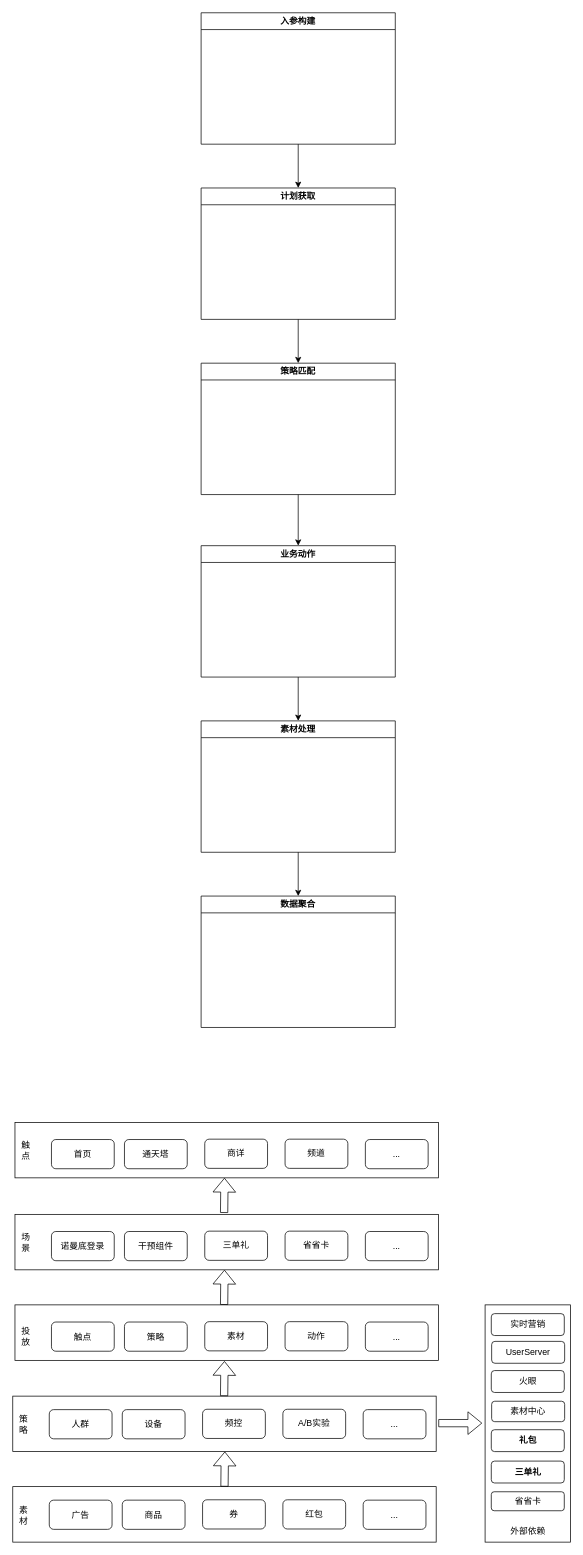
BlankKelly/diagrams keeps this draw.io diagram as 千目系统代码架构.drawio. Above is the earlier version. Source tidied: cells renumbered, new cells numbered last; positions are measured from the earlier drawing's top-left corner, leaving out a move shared by most shapes. Both pictures are drawn from the tidied source at 73%, with x=0, y=0 at pixel (12, 12).
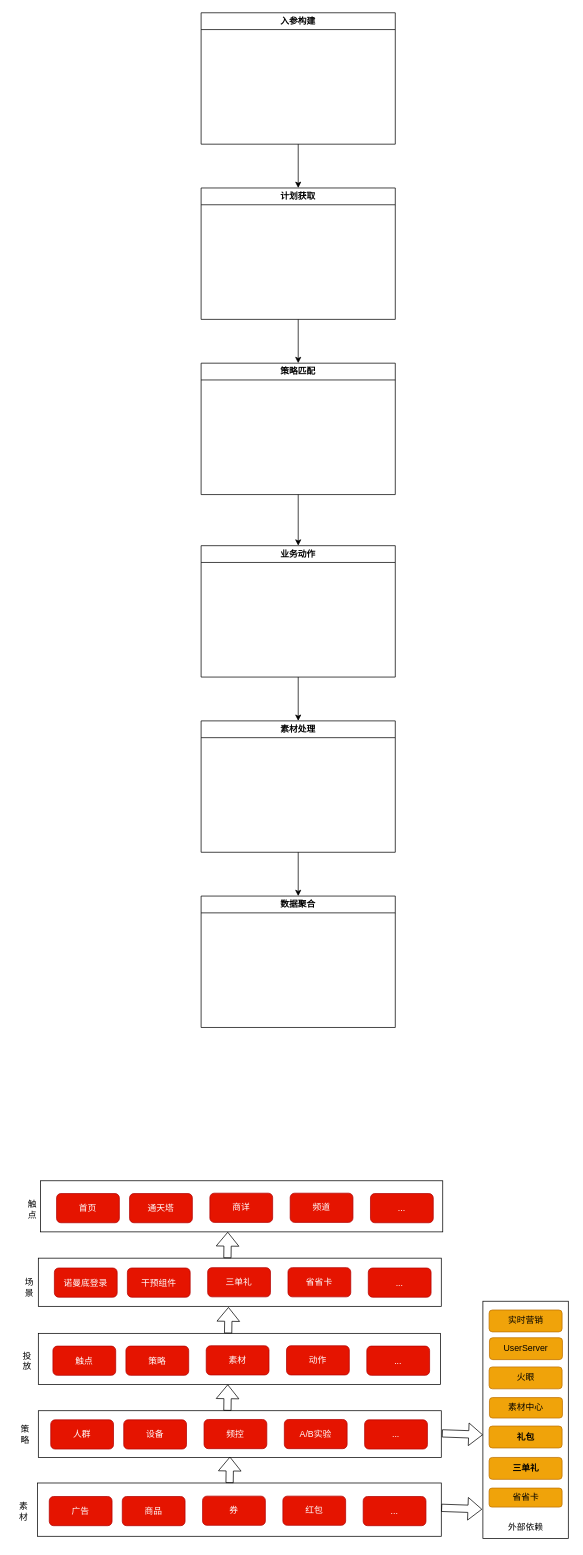
After the change.

Commit message:
更新千目系统代码架构.drawio

The edit, as a diff of the source:
```diff
@@
     <mxCell id="13" style="rounded=0;whiteSpace=wrap;html=1;" parent="1" vertex="1">
-      <mxGeometry y="2019" width="580" height="76" as="geometry" />
+      <mxGeometry x="34" y="2014" width="553" height="73" as="geometry" />
     </mxCell>
     <mxCell id="14" value="素&lt;br&gt;材" style="text;html=1;strokeColor=none;fillColor=none;align=center;verticalAlign=middle;whiteSpace=wrap;rounded=0;" parent="1" vertex="1">
-      <mxGeometry y="2026" width="30" height="63" as="geometry" />
+      <mxGeometry y="2021" width="30" height="63" as="geometry" />
     </mxCell>
-    <mxCell id="15" value="广告" style="rounded=1;whiteSpace=wrap;html=1;" parent="1" vertex="1">
-      <mxGeometry x="50" y="2037.5" width="86" height="40" as="geometry" />
+    <mxCell id="15" value="广告" style="rounded=1;whiteSpace=wrap;html=1;fillColor=#e51400;fontColor=#ffffff;strokeColor=#B20000;" parent="1" vertex="1">
+      <mxGeometry x="50" y="2032.5" width="86" height="40" as="geometry" />
     </mxCell>
-    <mxCell id="16" value="商品" style="rounded=1;whiteSpace=wrap;html=1;" parent="1" vertex="1">
-      <mxGeometry x="150" y="2037.5" width="86" height="40" as="geometry" />
+    <mxCell id="16" value="商品" style="rounded=1;whiteSpace=wrap;html=1;fillColor=#e51400;fontColor=#ffffff;strokeColor=#B20000;" parent="1" vertex="1">
+      <mxGeometry x="150" y="2032.5" width="86" height="40" as="geometry" />
     </mxCell>
-    <mxCell id="17" value="券" style="rounded=1;whiteSpace=wrap;html=1;" parent="1" vertex="1">
-      <mxGeometry x="260" y="2037" width="86" height="40" as="geometry" />
+    <mxCell id="17" value="券" style="rounded=1;whiteSpace=wrap;html=1;fillColor=#e51400;fontColor=#ffffff;strokeColor=#B20000;" parent="1" vertex="1">
+      <mxGeometry x="260" y="2032" width="86" height="40" as="geometry" />
     </mxCell>
-    <mxCell id="18" value="红包" style="rounded=1;whiteSpace=wrap;html=1;" parent="1" vertex="1">
-      <mxGeometry x="370" y="2037" width="86" height="40" as="geometry" />
+    <mxCell id="18" value="红包" style="rounded=1;whiteSpace=wrap;html=1;fillColor=#e51400;fontColor=#ffffff;strokeColor=#B20000;" parent="1" vertex="1">
+      <mxGeometry x="370" y="2032" width="86" height="40" as="geometry" />
     </mxCell>
-    <mxCell id="19" value="..." style="rounded=1;whiteSpace=wrap;html=1;" parent="1" vertex="1">
-      <mxGeometry x="480" y="2037.5" width="86" height="40" as="geometry" />
+    <mxCell id="19" value="..." style="rounded=1;whiteSpace=wrap;html=1;fillColor=#e51400;fontColor=#ffffff;strokeColor=#B20000;" parent="1" vertex="1">
+      <mxGeometry x="480" y="2032.5" width="86" height="40" as="geometry" />
     </mxCell>
     <mxCell id="20" style="rounded=0;whiteSpace=wrap;html=1;" parent="1" vertex="1">
-      <mxGeometry y="1895" width="580" height="76" as="geometry" />
+      <mxGeometry x="35" y="1915" width="552" height="64" as="geometry" />
     </mxCell>
     <mxCell id="21" value="策&lt;br&gt;略&lt;br&gt;" style="text;html=1;strokeColor=none;fillColor=none;align=center;verticalAlign=middle;whiteSpace=wrap;rounded=0;" parent="1" vertex="1">
-      <mxGeometry y="1902" width="30" height="63" as="geometry" />
+      <mxGeometry x="2" y="1916" width="30" height="63" as="geometry" />
     </mxCell>
-    <mxCell id="22" value="人群" style="rounded=1;whiteSpace=wrap;html=1;" parent="1" vertex="1">
-      <mxGeometry x="50" y="1913.5" width="86" height="40" as="geometry" />
+    <mxCell id="22" value="人群" style="rounded=1;whiteSpace=wrap;html=1;fillColor=#e51400;fontColor=#ffffff;strokeColor=#B20000;" parent="1" vertex="1">
+      <mxGeometry x="52" y="1927.5" width="86" height="40" as="geometry" />
     </mxCell>
-    <mxCell id="23" value="设备" style="rounded=1;whiteSpace=wrap;html=1;" parent="1" vertex="1">
-      <mxGeometry x="150" y="1913.5" width="86" height="40" as="geometry" />
+    <mxCell id="23" value="设备" style="rounded=1;whiteSpace=wrap;html=1;fillColor=#e51400;fontColor=#ffffff;strokeColor=#B20000;" parent="1" vertex="1">
+      <mxGeometry x="152" y="1927.5" width="86" height="40" as="geometry" />
     </mxCell>
-    <mxCell id="24" value="频控" style="rounded=1;whiteSpace=wrap;html=1;" parent="1" vertex="1">
-      <mxGeometry x="260" y="1913" width="86" height="40" as="geometry" />
+    <mxCell id="24" value="频控" style="rounded=1;whiteSpace=wrap;html=1;fillColor=#e51400;fontColor=#ffffff;strokeColor=#B20000;" parent="1" vertex="1">
+      <mxGeometry x="262" y="1927" width="86" height="40" as="geometry" />
     </mxCell>
-    <mxCell id="25" value="A/B实验" style="rounded=1;whiteSpace=wrap;html=1;" parent="1" vertex="1">
-      <mxGeometry x="370" y="1913" width="86" height="40" as="geometry" />
+    <mxCell id="25" value="A/B实验" style="rounded=1;whiteSpace=wrap;html=1;fillColor=#e51400;fontColor=#ffffff;strokeColor=#B20000;" parent="1" vertex="1">
+      <mxGeometry x="372" y="1927" width="86" height="40" as="geometry" />
     </mxCell>
-    <mxCell id="26" value="..." style="rounded=1;whiteSpace=wrap;html=1;" parent="1" vertex="1">
-      <mxGeometry x="480" y="1913.5" width="86" height="40" as="geometry" />
+    <mxCell id="26" value="..." style="rounded=1;whiteSpace=wrap;html=1;fillColor=#e51400;fontColor=#ffffff;strokeColor=#B20000;" parent="1" vertex="1">
+      <mxGeometry x="482" y="1927.5" width="86" height="40" as="geometry" />
     </mxCell>
-    <mxCell id="27" style="shape=flexArrow;endArrow=classic;html=1;rounded=0;exitX=0.5;exitY=0;exitDx=0;exitDy=0;" parent="1" edge="1" source="13">
-      <mxGeometry relative="1" as="geometry">
-        <mxPoint x="290.5" y="1971" as="targetPoint" />
-      </mxGeometry>
-    </mxCell>
-    <mxCell id="28" style="shape=flexArrow;endArrow=classic;html=1;rounded=0;exitX=0.5;exitY=0;exitDx=0;exitDy=0;" parent="1" edge="1">
-      <mxGeometry relative="1" as="geometry">
-        <mxPoint x="289.5" y="1895" as="sourcePoint" />
-        <mxPoint x="290" y="1847" as="targetPoint" />
-      </mxGeometry>
-    </mxCell>
     <mxCell id="29" style="rounded=0;whiteSpace=wrap;html=1;" parent="1" vertex="1">
-      <mxGeometry x="3" y="1770" width="580" height="76" as="geometry" />
+      <mxGeometry x="35" y="1809" width="551" height="70" as="geometry" />
     </mxCell>
     <mxCell id="30" value="投&lt;br&gt;放&lt;br&gt;" style="text;html=1;strokeColor=none;fillColor=none;align=center;verticalAlign=middle;whiteSpace=wrap;rounded=0;" parent="1" vertex="1">
-      <mxGeometry x="3" y="1782" width="30" height="63" as="geometry" />
+      <mxGeometry x="5" y="1815" width="30" height="63" as="geometry" />
     </mxCell>
-    <mxCell id="31" value="触点" style="rounded=1;whiteSpace=wrap;html=1;" parent="1" vertex="1">
-      <mxGeometry x="53" y="1793.5" width="86" height="40" as="geometry" />
+    <mxCell id="31" value="触点" style="rounded=1;whiteSpace=wrap;html=1;fillColor=#e51400;fontColor=#ffffff;strokeColor=#B20000;" parent="1" vertex="1">
+      <mxGeometry x="55" y="1826.5" width="86" height="40" as="geometry" />
     </mxCell>
-    <mxCell id="32" value="策略" style="rounded=1;whiteSpace=wrap;html=1;" parent="1" vertex="1">
-      <mxGeometry x="153" y="1793.5" width="86" height="40" as="geometry" />
+    <mxCell id="32" value="策略" style="rounded=1;whiteSpace=wrap;html=1;fillColor=#e51400;fontColor=#ffffff;strokeColor=#B20000;" parent="1" vertex="1">
+      <mxGeometry x="155" y="1826.5" width="86" height="40" as="geometry" />
     </mxCell>
-    <mxCell id="33" value="素材" style="rounded=1;whiteSpace=wrap;html=1;" parent="1" vertex="1">
-      <mxGeometry x="263" y="1793" width="86" height="40" as="geometry" />
+    <mxCell id="33" value="素材" style="rounded=1;whiteSpace=wrap;html=1;fillColor=#e51400;fontColor=#ffffff;strokeColor=#B20000;" parent="1" vertex="1">
+      <mxGeometry x="265" y="1826" width="86" height="40" as="geometry" />
     </mxCell>
-    <mxCell id="34" value="动作" style="rounded=1;whiteSpace=wrap;html=1;" parent="1" vertex="1">
-      <mxGeometry x="373" y="1793" width="86" height="40" as="geometry" />
+    <mxCell id="34" value="动作" style="rounded=1;whiteSpace=wrap;html=1;fillColor=#e51400;fontColor=#ffffff;strokeColor=#B20000;" parent="1" vertex="1">
+      <mxGeometry x="375" y="1826" width="86" height="40" as="geometry" />
     </mxCell>
-    <mxCell id="35" value="..." style="rounded=1;whiteSpace=wrap;html=1;" parent="1" vertex="1">
-      <mxGeometry x="483" y="1793.5" width="86" height="40" as="geometry" />
+    <mxCell id="35" value="..." style="rounded=1;whiteSpace=wrap;html=1;fillColor=#e51400;fontColor=#ffffff;strokeColor=#B20000;" parent="1" vertex="1">
+      <mxGeometry x="485" y="1826.5" width="86" height="40" as="geometry" />
     </mxCell>
     <mxCell id="36" style="rounded=0;whiteSpace=wrap;html=1;" parent="1" vertex="1">
-      <mxGeometry x="647" y="1770" width="117" height="325" as="geometry" />
+      <mxGeometry x="644" y="1765" width="117" height="325" as="geometry" />
     </mxCell>
-    <mxCell id="37" style="shape=flexArrow;endArrow=classic;html=1;rounded=0;" parent="1" edge="1">
-      <mxGeometry relative="1" as="geometry">
-        <mxPoint x="583" y="1932" as="sourcePoint" />
-        <mxPoint x="643" y="1932" as="targetPoint" />
-      </mxGeometry>
-    </mxCell>
     <mxCell id="38" value="外部依赖" style="text;html=1;strokeColor=none;fillColor=none;align=center;verticalAlign=middle;whiteSpace=wrap;rounded=0;" parent="1" vertex="1">
-      <mxGeometry x="676" y="2065" width="60" height="30" as="geometry" />
+      <mxGeometry x="673" y="2060" width="60" height="30" as="geometry" />
     </mxCell>
-    <mxCell id="39" value="实时营销" style="rounded=1;whiteSpace=wrap;html=1;" parent="1" vertex="1">
-      <mxGeometry x="655.5" y="1782" width="100" height="30" as="geometry" />
+    <mxCell id="39" value="实时营销" style="rounded=1;whiteSpace=wrap;html=1;fillColor=#f0a30a;fontColor=#000000;strokeColor=#BD7000;" parent="1" vertex="1">
+      <mxGeometry x="652.5" y="1777" width="100" height="30" as="geometry" />
     </mxCell>
-    <mxCell id="40" value="UserServer" style="rounded=1;whiteSpace=wrap;html=1;" parent="1" vertex="1">
-      <mxGeometry x="656" y="1820" width="100" height="30" as="geometry" />
+    <mxCell id="40" value="UserServer" style="rounded=1;whiteSpace=wrap;html=1;fillColor=#f0a30a;fontColor=#000000;strokeColor=#BD7000;" parent="1" vertex="1">
+      <mxGeometry x="653" y="1815" width="100" height="30" as="geometry" />
     </mxCell>
-    <mxCell id="41" value="&lt;span style=&quot;font-weight: normal;&quot;&gt;火眼&lt;/span&gt;" style="rounded=1;whiteSpace=wrap;html=1;fontStyle=1;" parent="1" vertex="1">
-      <mxGeometry x="655.5" y="1860" width="100" height="30" as="geometry" />
+    <mxCell id="41" value="&lt;span style=&quot;font-weight: normal;&quot;&gt;火眼&lt;/span&gt;" style="rounded=1;whiteSpace=wrap;html=1;fontStyle=1;fillColor=#f0a30a;fontColor=#000000;strokeColor=#BD7000;" parent="1" vertex="1">
+      <mxGeometry x="652.5" y="1855" width="100" height="30" as="geometry" />
     </mxCell>
-    <mxCell id="42" value="素材中心" style="rounded=1;whiteSpace=wrap;html=1;fontStyle=0;" parent="1" vertex="1">
-      <mxGeometry x="656" y="1902" width="100" height="28" as="geometry" />
+    <mxCell id="42" value="素材中心" style="rounded=1;whiteSpace=wrap;html=1;fontStyle=0;fillColor=#f0a30a;fontColor=#000000;strokeColor=#BD7000;" parent="1" vertex="1">
+      <mxGeometry x="653" y="1897" width="100" height="28" as="geometry" />
     </mxCell>
-    <mxCell id="43" value="礼包" style="rounded=1;whiteSpace=wrap;html=1;fontStyle=1;" parent="1" vertex="1">
-      <mxGeometry x="655.5" y="1941" width="100" height="30" as="geometry" />
+    <mxCell id="43" value="礼包" style="rounded=1;whiteSpace=wrap;html=1;fontStyle=1;fillColor=#f0a30a;fontColor=#000000;strokeColor=#BD7000;" parent="1" vertex="1">
+      <mxGeometry x="652.5" y="1936" width="100" height="30" as="geometry" />
     </mxCell>
-    <mxCell id="44" value="三单礼" style="rounded=1;whiteSpace=wrap;html=1;fontStyle=1;" parent="1" vertex="1">
-      <mxGeometry x="655.5" y="1984" width="100" height="30" as="geometry" />
+    <mxCell id="44" value="三单礼" style="rounded=1;whiteSpace=wrap;html=1;fontStyle=1;fillColor=#f0a30a;fontColor=#000000;strokeColor=#BD7000;" parent="1" vertex="1">
+      <mxGeometry x="652.5" y="1979" width="100" height="30" as="geometry" />
     </mxCell>
-    <mxCell id="45" value="省省卡" style="rounded=1;whiteSpace=wrap;html=1;fontStyle=0;" parent="1" vertex="1">
-      <mxGeometry x="655.5" y="2026" width="100" height="26" as="geometry" />
+    <mxCell id="45" value="省省卡" style="rounded=1;whiteSpace=wrap;html=1;fontStyle=0;fillColor=#f0a30a;fontColor=#000000;strokeColor=#BD7000;" parent="1" vertex="1">
+      <mxGeometry x="652.5" y="2021" width="100" height="26" as="geometry" />
     </mxCell>
     <mxCell id="46" style="rounded=0;whiteSpace=wrap;html=1;" parent="1" vertex="1">
-      <mxGeometry x="3" y="1646" width="580" height="76" as="geometry" />
+      <mxGeometry x="35" y="1706" width="552" height="66" as="geometry" />
     </mxCell>
     <mxCell id="47" value="场&lt;br&gt;景&lt;br&gt;" style="text;html=1;strokeColor=none;fillColor=none;align=center;verticalAlign=middle;whiteSpace=wrap;rounded=0;" parent="1" vertex="1">
-      <mxGeometry x="3" y="1653" width="30" height="63" as="geometry" />
+      <mxGeometry x="8" y="1714" width="30" height="63" as="geometry" />
     </mxCell>
-    <mxCell id="48" value="诺曼底登录" style="rounded=1;whiteSpace=wrap;html=1;" parent="1" vertex="1">
-      <mxGeometry x="53" y="1669.5" width="86" height="40" as="geometry" />
+    <mxCell id="48" value="诺曼底登录" style="rounded=1;whiteSpace=wrap;html=1;fillColor=#e51400;fontColor=#ffffff;strokeColor=#B20000;" parent="1" vertex="1">
+      <mxGeometry x="57" y="1719.5" width="86" height="40" as="geometry" />
     </mxCell>
-    <mxCell id="49" value="干预组件" style="rounded=1;whiteSpace=wrap;html=1;" parent="1" vertex="1">
-      <mxGeometry x="153" y="1669.5" width="86" height="40" as="geometry" />
+    <mxCell id="49" value="干预组件" style="rounded=1;whiteSpace=wrap;html=1;fillColor=#e51400;fontColor=#ffffff;strokeColor=#B20000;" parent="1" vertex="1">
+      <mxGeometry x="157" y="1719.5" width="86" height="40" as="geometry" />
     </mxCell>
-    <mxCell id="50" value="三单礼" style="rounded=1;whiteSpace=wrap;html=1;" parent="1" vertex="1">
-      <mxGeometry x="263" y="1669" width="86" height="40" as="geometry" />
+    <mxCell id="50" value="三单礼" style="rounded=1;whiteSpace=wrap;html=1;fillColor=#e51400;fontColor=#ffffff;strokeColor=#B20000;" parent="1" vertex="1">
+      <mxGeometry x="267" y="1719" width="86" height="40" as="geometry" />
     </mxCell>
-    <mxCell id="51" value="省省卡" style="rounded=1;whiteSpace=wrap;html=1;" parent="1" vertex="1">
-      <mxGeometry x="373" y="1669" width="86" height="40" as="geometry" />
+    <mxCell id="51" value="省省卡" style="rounded=1;whiteSpace=wrap;html=1;fillColor=#e51400;fontColor=#ffffff;strokeColor=#B20000;" parent="1" vertex="1">
+      <mxGeometry x="377" y="1719" width="86" height="40" as="geometry" />
     </mxCell>
-    <mxCell id="52" value="..." style="rounded=1;whiteSpace=wrap;html=1;" parent="1" vertex="1">
-      <mxGeometry x="483" y="1669.5" width="86" height="40" as="geometry" />
+    <mxCell id="52" value="..." style="rounded=1;whiteSpace=wrap;html=1;fillColor=#e51400;fontColor=#ffffff;strokeColor=#B20000;" parent="1" vertex="1">
+      <mxGeometry x="487" y="1719.5" width="86" height="40" as="geometry" />
     </mxCell>
-    <mxCell id="53" style="shape=flexArrow;endArrow=classic;html=1;rounded=0;exitX=0.5;exitY=0;exitDx=0;exitDy=0;" parent="1" edge="1">
-      <mxGeometry relative="1" as="geometry">
-        <mxPoint x="289.5" y="1770" as="sourcePoint" />
-        <mxPoint x="290" y="1722" as="targetPoint" />
-      </mxGeometry>
-    </mxCell>
     <mxCell id="54" style="rounded=0;whiteSpace=wrap;html=1;" parent="1" vertex="1">
-      <mxGeometry x="3" y="1520" width="580" height="76" as="geometry" />
+      <mxGeometry x="38" y="1600" width="551" height="70" as="geometry" />
     </mxCell>
     <mxCell id="55" value="触&lt;br&gt;点" style="text;html=1;strokeColor=none;fillColor=none;align=center;verticalAlign=middle;whiteSpace=wrap;rounded=0;" parent="1" vertex="1">
-      <mxGeometry x="3" y="1527" width="30" height="63" as="geometry" />
+      <mxGeometry x="12" y="1607" width="30" height="63" as="geometry" />
     </mxCell>
-    <mxCell id="56" value="首页" style="rounded=1;whiteSpace=wrap;html=1;" parent="1" vertex="1">
-      <mxGeometry x="53" y="1543.5" width="86" height="40" as="geometry" />
+    <mxCell id="56" value="首页" style="rounded=1;whiteSpace=wrap;html=1;fillColor=#e51400;fontColor=#ffffff;strokeColor=#B20000;" parent="1" vertex="1">
+      <mxGeometry x="60" y="1617.5" width="86" height="40" as="geometry" />
     </mxCell>
-    <mxCell id="57" value="通天塔" style="rounded=1;whiteSpace=wrap;html=1;" parent="1" vertex="1">
-      <mxGeometry x="153" y="1543.5" width="86" height="40" as="geometry" />
+    <mxCell id="57" value="通天塔" style="rounded=1;whiteSpace=wrap;html=1;fillColor=#e51400;fontColor=#ffffff;strokeColor=#B20000;" parent="1" vertex="1">
+      <mxGeometry x="160" y="1617.5" width="86" height="40" as="geometry" />
     </mxCell>
-    <mxCell id="58" value="商详" style="rounded=1;whiteSpace=wrap;html=1;" parent="1" vertex="1">
-      <mxGeometry x="263" y="1543" width="86" height="40" as="geometry" />
+    <mxCell id="58" value="商详" style="rounded=1;whiteSpace=wrap;html=1;fillColor=#e51400;fontColor=#ffffff;strokeColor=#B20000;" parent="1" vertex="1">
+      <mxGeometry x="270" y="1617" width="86" height="40" as="geometry" />
     </mxCell>
-    <mxCell id="59" value="频道" style="rounded=1;whiteSpace=wrap;html=1;" parent="1" vertex="1">
-      <mxGeometry x="373" y="1543" width="86" height="40" as="geometry" />
+    <mxCell id="59" value="频道" style="rounded=1;whiteSpace=wrap;html=1;fillColor=#e51400;fontColor=#ffffff;strokeColor=#B20000;" parent="1" vertex="1">
+      <mxGeometry x="380" y="1617" width="86" height="40" as="geometry" />
     </mxCell>
-    <mxCell id="60" value="..." style="rounded=1;whiteSpace=wrap;html=1;" parent="1" vertex="1">
-      <mxGeometry x="483" y="1543.5" width="86" height="40" as="geometry" />
+    <mxCell id="60" value="..." style="rounded=1;whiteSpace=wrap;html=1;fillColor=#e51400;fontColor=#ffffff;strokeColor=#B20000;" parent="1" vertex="1">
+      <mxGeometry x="490" y="1617.5" width="86" height="40" as="geometry" />
     </mxCell>
     <mxCell id="61" style="shape=flexArrow;endArrow=classic;html=1;rounded=0;exitX=0.5;exitY=0;exitDx=0;exitDy=0;" parent="1" edge="1">
       <mxGeometry relative="1" as="geometry">
-        <mxPoint x="289.5" y="1644" as="sourcePoint" />
-        <mxPoint x="290" y="1596" as="targetPoint" />
+        <mxPoint x="294" y="1706" as="sourcePoint" />
+        <mxPoint x="294.5" y="1670" as="targetPoint" />
       </mxGeometry>
     </mxCell>
+    <mxCell id="62" style="shape=flexArrow;endArrow=classic;html=1;rounded=0;" parent="1" edge="1">
+      <mxGeometry relative="1" as="geometry">
+        <mxPoint x="587" y="2048" as="sourcePoint" />
+        <mxPoint x="643" y="2050" as="targetPoint" />
+      </mxGeometry>
+    </mxCell>
+    <mxCell id="63" style="shape=flexArrow;endArrow=classic;html=1;rounded=0;exitX=0.5;exitY=0;exitDx=0;exitDy=0;" parent="1" edge="1">
+      <mxGeometry relative="1" as="geometry">
+        <mxPoint x="295" y="1809" as="sourcePoint" />
+        <mxPoint x="295.5" y="1773" as="targetPoint" />
+      </mxGeometry>
+    </mxCell>
+    <mxCell id="64" style="shape=flexArrow;endArrow=classic;html=1;rounded=0;exitX=0.5;exitY=0;exitDx=0;exitDy=0;" parent="1" edge="1">
+      <mxGeometry relative="1" as="geometry">
+        <mxPoint x="294" y="1915" as="sourcePoint" />
+        <mxPoint x="294.5" y="1879" as="targetPoint" />
+      </mxGeometry>
+    </mxCell>
+    <mxCell id="65" style="shape=flexArrow;endArrow=classic;html=1;rounded=0;exitX=0.5;exitY=0;exitDx=0;exitDy=0;" parent="1" edge="1">
+      <mxGeometry relative="1" as="geometry">
+        <mxPoint x="297" y="2014" as="sourcePoint" />
+        <mxPoint x="297.5" y="1978" as="targetPoint" />
+      </mxGeometry>
+    </mxCell>
+    <mxCell id="66" style="shape=flexArrow;endArrow=classic;html=1;rounded=0;" parent="1" edge="1">
+      <mxGeometry relative="1" as="geometry">
+        <mxPoint x="588" y="1946" as="sourcePoint" />
+        <mxPoint x="644" y="1948" as="targetPoint" />
+      </mxGeometry>
+    </mxCell>
```
